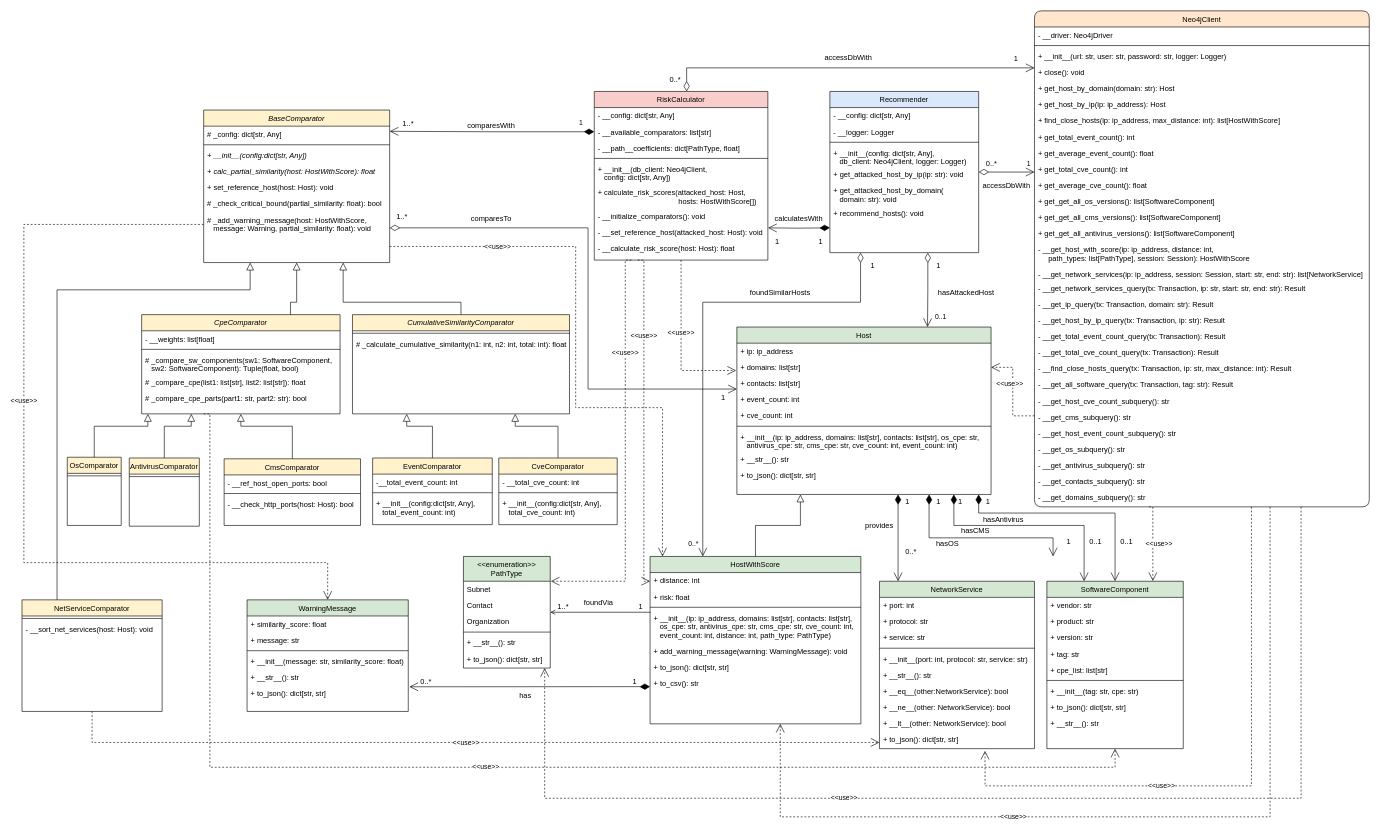
Earlier version of the draw.io diagram diagrams/classdiagram.drawio (CSIRT-MU/CRUSOE). Source tidied: cells renumbered, new cells numbered last; positions are measured from the earlier drawing's top-left corner, leaving out a move shared by most shapes. Both pictures are drawn from the tidied source at 62%, with x=0, y=0 at pixel (-1, 11).
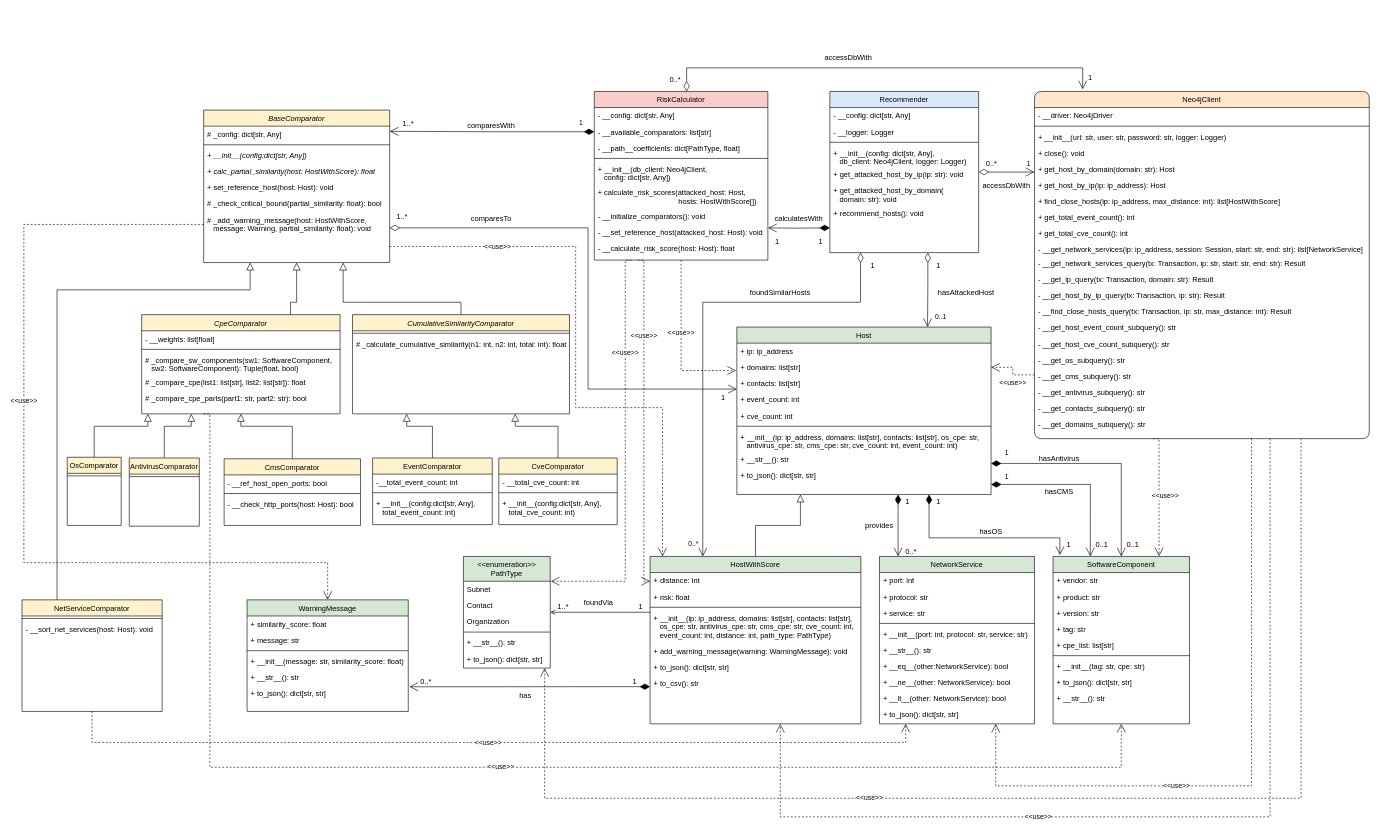
After the change.

Commit message:
Class diagram update.

Unchanged cells that the change refers to:
```xml
<mxCell id="4" value="+ domains: list[str]" style="text;align=left;verticalAlign=top;spacingLeft=4;spacingRight=4;overflow=hidden;points=[[0,0.5],[1,0.5]];portConstraint=eastwest;" parent="2" vertex="1">
  <mxGeometry y="52" width="410" height="26" as="geometry" />
</mxCell>
<mxCell id="11" value="+ to_json(): dict[str, str]" style="text;align=left;verticalAlign=top;spacingLeft=4;spacingRight=4;overflow=hidden;points=[[0,0.5],[1,0.5]];portConstraint=eastwest;rounded=0;shadow=0;html=0;" parent="2" vertex="1">
  <mxGeometry y="226" width="410" height="26" as="geometry" />
</mxCell>
<mxCell id="80" value="+ to_json(): dict[str, str]" style="text;align=left;verticalAlign=top;spacingLeft=4;spacingRight=4;overflow=hidden;points=[[0,0.5],[1,0.5]];portConstraint=eastwest;" parent="70" vertex="1">
  <mxGeometry y="242" width="250" height="26" as="geometry" />
</mxCell>
<mxCell id="129" value="NetServiceComparator" style="swimlane;fontStyle=0;align=center;verticalAlign=top;horizontal=1;startSize=26;rounded=0;shadow=0;strokeWidth=1;fillColor=#fff2cc;strokeColor=#000000;" parent="1" vertex="1">
  <mxGeometry x="37" y="950" width="226" height="180" as="geometry" />
</mxCell>
```

What changed in the source:
```diff
@@
     <mxCell id="21" value="Neo4jClient" style="swimlane;fontStyle=0;align=center;verticalAlign=top;horizontal=1;startSize=26;rounded=1;shadow=0;strokeWidth=1;fillColor=#ffe6cc;strokeColor=#000000;" parent="1" vertex="1">
-      <mxGeometry x="1670" width="540" height="800" as="geometry" />
+      <mxGeometry x="1670" y="130" width="540" height="560" as="geometry" />
     </mxCell>
@@
-    <mxCell id="30" value="+ get_average_event_count(): float" style="text;align=left;verticalAlign=top;spacingLeft=4;spacingRight=4;overflow=hidden;" parent="21" vertex="1">
-      <mxGeometry y="216" width="540" height="26" as="geometry" />
-    </mxCell>
     <mxCell id="31" value="+ get_total_cve_count(): int" style="text;align=left;verticalAlign=top;spacingLeft=4;spacingRight=4;overflow=hidden;" parent="21" vertex="1">
-      <mxGeometry y="242" width="540" height="26" as="geometry" />
+      <mxGeometry y="216" width="540" height="26" as="geometry" />
     </mxCell>
-    <mxCell id="32" value="+ get_average_cve_count(): float" style="text;align=left;verticalAlign=top;spacingLeft=4;spacingRight=4;overflow=hidden;" parent="21" vertex="1">
-      <mxGeometry y="268" width="540" height="26" as="geometry" />
-    </mxCell>
-    <mxCell id="33" value="+ get_get_all_os_versions(): list[SoftwareComponent]" style="text;align=left;verticalAlign=top;spacingLeft=4;spacingRight=4;overflow=hidden;" parent="21" vertex="1">
-      <mxGeometry y="294" width="540" height="26" as="geometry" />
-    </mxCell>
-    <mxCell id="34" value="+ get_get_all_cms_versions(): list[SoftwareComponent]" style="text;align=left;verticalAlign=top;spacingLeft=4;spacingRight=4;overflow=hidden;" parent="21" vertex="1">
-      <mxGeometry y="320" width="540" height="26" as="geometry" />
-    </mxCell>
-    <mxCell id="35" value="+ get_get_all_antivirus_versions(): list[SoftwareComponent]" style="text;align=left;verticalAlign=top;spacingLeft=4;spacingRight=4;overflow=hidden;" parent="21" vertex="1">
-      <mxGeometry y="346" width="540" height="26" as="geometry" />
-    </mxCell>
-    <mxCell id="36" value="- __get_host_with_score(ip: ip_address, distance: int, &#10;     path_types: list[PathType], session: Session): HostWithScore&#10;" style="text;align=left;verticalAlign=top;spacingLeft=4;spacingRight=4;overflow=hidden;" parent="21" vertex="1">
-      <mxGeometry y="372" width="540" height="40" as="geometry" />
-    </mxCell>
     <mxCell id="37" value="- __get_network_services(ip: ip_address, session: Session, start: str, end: str): list[NetworkService]&#10;" style="text;align=left;verticalAlign=top;spacingLeft=4;spacingRight=4;overflow=hidden;" parent="21" vertex="1">
-      <mxGeometry y="412" width="540" height="22" as="geometry" />
+      <mxGeometry y="242" width="540" height="22" as="geometry" />
     </mxCell>
     <mxCell id="38" value="- __get_network_services_query(tx: Transaction, ip: str, start: str, end: str): Result" style="text;align=left;verticalAlign=top;spacingLeft=4;spacingRight=4;overflow=hidden;" parent="21" vertex="1">
-      <mxGeometry y="434" width="540" height="26" as="geometry" />
+      <mxGeometry y="264" width="540" height="26" as="geometry" />
     </mxCell>
     <mxCell id="39" value="- __get_ip_query(tx: Transaction, domain: str): Result" style="text;align=left;verticalAlign=top;spacingLeft=4;spacingRight=4;overflow=hidden;" parent="21" vertex="1">
-      <mxGeometry y="460" width="540" height="26" as="geometry" />
+      <mxGeometry y="290" width="540" height="26" as="geometry" />
     </mxCell>
     <mxCell id="40" value="- __get_host_by_ip_query(tx: Transaction, ip: str): Result" style="text;align=left;verticalAlign=top;spacingLeft=4;spacingRight=4;overflow=hidden;" parent="21" vertex="1">
-      <mxGeometry y="486" width="540" height="26" as="geometry" />
+      <mxGeometry y="316" width="540" height="26" as="geometry" />
     </mxCell>
-    <mxCell id="41" value="- __get_total_event_count_query(tx: Transaction): Result" style="text;align=left;verticalAlign=top;spacingLeft=4;spacingRight=4;overflow=hidden;" parent="21" vertex="1">
-      <mxGeometry y="512" width="540" height="26" as="geometry" />
-    </mxCell>
-    <mxCell id="42" value="- __get_total_cve_count_query(tx: Transaction): Result" style="text;align=left;verticalAlign=top;spacingLeft=4;spacingRight=4;overflow=hidden;" parent="21" vertex="1">
-      <mxGeometry y="538" width="540" height="26" as="geometry" />
-    </mxCell>
     <mxCell id="43" value="- __find_close_hosts_query(tx: Transaction, ip: str, max_distance: int): Result " style="text;align=left;verticalAlign=top;spacingLeft=4;spacingRight=4;overflow=hidden;" parent="21" vertex="1">
-      <mxGeometry y="564" width="540" height="26" as="geometry" />
+      <mxGeometry y="342" width="540" height="26" as="geometry" />
     </mxCell>
-    <mxCell id="44" value="- __get_all_software_query(tx: Transaction, tag: str): Result " style="text;align=left;verticalAlign=top;spacingLeft=4;spacingRight=4;overflow=hidden;" parent="21" vertex="1">
-      <mxGeometry y="590" width="540" height="26" as="geometry" />
-    </mxCell>
+    <mxCell id="47" value="- __get_host_event_count_subquery(): str" style="text;align=left;verticalAlign=top;spacingLeft=4;spacingRight=4;overflow=hidden;" parent="21" vertex="1">
+      <mxGeometry y="368" width="540" height="26" as="geometry" />
+    </mxCell>
     <mxCell id="45" value="- __get_host_cve_count_subquery(): str" style="text;align=left;verticalAlign=top;spacingLeft=4;spacingRight=4;overflow=hidden;" parent="21" vertex="1">
-      <mxGeometry y="616" width="540" height="26" as="geometry" />
+      <mxGeometry y="394" width="540" height="26" as="geometry" />
     </mxCell>
+    <mxCell id="48" value="- __get_os_subquery(): str" style="text;align=left;verticalAlign=top;spacingLeft=4;spacingRight=4;overflow=hidden;" parent="21" vertex="1">
+      <mxGeometry y="420" width="540" height="26" as="geometry" />
+    </mxCell>
     <mxCell id="46" value="- __get_cms_subquery(): str" style="text;align=left;verticalAlign=top;spacingLeft=4;spacingRight=4;overflow=hidden;points=[[0,0.5],[1,0.5]];portConstraint=eastwest;" parent="21" vertex="1">
-      <mxGeometry y="642" width="540" height="26" as="geometry" />
+      <mxGeometry y="446" width="540" height="26" as="geometry" />
     </mxCell>
-    <mxCell id="47" value="- __get_host_event_count_subquery(): str" style="text;align=left;verticalAlign=top;spacingLeft=4;spacingRight=4;overflow=hidden;" parent="21" vertex="1">
-      <mxGeometry y="668" width="540" height="26" as="geometry" />
-    </mxCell>
-    <mxCell id="48" value="- __get_os_subquery(): str" style="text;align=left;verticalAlign=top;spacingLeft=4;spacingRight=4;overflow=hidden;" parent="21" vertex="1">
-      <mxGeometry y="694" width="540" height="26" as="geometry" />
-    </mxCell>
     <mxCell id="49" value="- __get_antivirus_subquery(): str" style="text;align=left;verticalAlign=top;spacingLeft=4;spacingRight=4;overflow=hidden;" parent="21" vertex="1">
-      <mxGeometry y="720" width="540" height="26" as="geometry" />
+      <mxGeometry y="472" width="540" height="26" as="geometry" />
     </mxCell>
     <mxCell id="50" value="- __get_contacts_subquery(): str" style="text;align=left;verticalAlign=top;spacingLeft=4;spacingRight=4;overflow=hidden;" parent="21" vertex="1">
-      <mxGeometry y="746" width="540" height="26" as="geometry" />
+      <mxGeometry y="498" width="540" height="26" as="geometry" />
     </mxCell>
     <mxCell id="51" value="- __get_domains_subquery(): str" style="text;align=left;verticalAlign=top;spacingLeft=4;spacingRight=4;overflow=hidden;" parent="21" vertex="1">
-      <mxGeometry y="772" width="540" height="26" as="geometry" />
+      <mxGeometry y="524" width="540" height="26" as="geometry" />
     </mxCell>
@@
     <mxCell id="60" value="SoftwareComponent" style="swimlane;fontStyle=0;align=center;verticalAlign=top;horizontal=1;startSize=26;rounded=0;shadow=0;strokeWidth=1;fillColor=#d5e8d4;strokeColor=#000000;" parent="1" vertex="1">
-      <mxGeometry x="1690" y="920" width="220" height="270" as="geometry" />
+      <mxGeometry x="1700" y="880" width="220" height="270" as="geometry" />
     </mxCell>
@@
     <mxCell id="70" value="NetworkService" style="swimlane;fontStyle=0;align=center;verticalAlign=top;horizontal=1;startSize=26;rounded=0;shadow=0;strokeWidth=1;fillColor=#d5e8d4;strokeColor=#000000;" parent="1" vertex="1">
-      <mxGeometry x="1420" y="920" width="250" height="270" as="geometry" />
+      <mxGeometry x="1420" y="880" width="250" height="270" as="geometry" />
     </mxCell>
@@
     <mxCell id="91" value="hasOS" style="text;html=1;strokeColor=none;fillColor=none;align=center;verticalAlign=middle;whiteSpace=wrap;rounded=0;" parent="1" vertex="1">
-      <mxGeometry x="1500" y="845" width="60" height="30" as="geometry" />
+      <mxGeometry x="1570" y="820" width="60" height="40" as="geometry" />
     </mxCell>
@@
     <mxCell id="135" value="hasAntivirus" style="text;html=1;strokeColor=none;fillColor=none;align=center;verticalAlign=middle;whiteSpace=wrap;rounded=0;" parent="1" vertex="1">
-      <mxGeometry x="1590" y="810" width="60" height="21.2" as="geometry" />
+      <mxGeometry x="1680" y="711.9" width="60" height="21.2" as="geometry" />
     </mxCell>
@@
     <mxCell id="145" value="1" style="align=left;verticalAlign=bottom;labelBackgroundColor=none;fontSize=12;" parent="1" vertex="1">
-      <mxGeometry x="1640" y="140" as="geometry">
+      <mxGeometry x="1760" y="170" as="geometry">
         <mxPoint x="-5" y="-54" as="offset" />
       </mxGeometry>
     </mxCell>
@@
     <mxCell id="163" style="endArrow=open;html=1;endSize=12;startArrow=diamondThin;startSize=14;startFill=1;edgeStyle=orthogonalEdgeStyle;align=left;verticalAlign=bottom;rounded=0;entryX=0.5;entryY=0;entryDx=0;entryDy=0;" parent="1" edge="1" target="60">
       <mxGeometry x="-0.95" y="5" relative="1" as="geometry">
-        <mxPoint x="1580" y="780" as="sourcePoint" />
+        <mxPoint x="1600" y="730" as="sourcePoint" />
         <Array as="points">
-          <mxPoint x="1580" y="780" />
-          <mxPoint x="1580" y="810" />
-          <mxPoint x="1800" y="810" />
+          <mxPoint x="1810" y="730" />
         </Array>
       </mxGeometry>
     </mxCell>
     <mxCell id="164" value="0..1" style="align=right;verticalAlign=bottom;labelBackgroundColor=none;fontSize=12;" parent="1" vertex="1">
-      <mxGeometry x="1830" y="865" as="geometry" />
+      <mxGeometry x="1790" y="870" as="geometry" />
     </mxCell>
-    <mxCell id="165" style="endArrow=open;html=1;endSize=12;startArrow=diamondThin;startSize=14;startFill=1;edgeStyle=orthogonalEdgeStyle;align=left;verticalAlign=bottom;rounded=0;entryX=0.273;entryY=0;entryDx=0;entryDy=0;entryPerimeter=0;" parent="1" edge="1" target="60">
+    <mxCell id="165" style="endArrow=open;html=1;endSize=12;startArrow=diamondThin;startSize=14;startFill=1;edgeStyle=orthogonalEdgeStyle;align=left;verticalAlign=bottom;rounded=0;entryX=0.273;entryY=0;entryDx=0;entryDy=0;entryPerimeter=0;exitX=1;exitY=1.071;exitDx=0;exitDy=0;exitPerimeter=0;" parent="1" edge="1" source="11" target="60">
       <mxGeometry x="-0.95" y="7" relative="1" as="geometry">
-        <mxPoint x="1540" y="780" as="sourcePoint" />
         <Array as="points">
-          <mxPoint x="1540" y="830" />
-          <mxPoint x="1750" y="830" />
+          <mxPoint x="1760" y="764" />
         </Array>
       </mxGeometry>
     </mxCell>
     <mxCell id="166" value="0..1" style="align=right;verticalAlign=bottom;labelBackgroundColor=none;fontSize=12;" parent="1" vertex="1">
-      <mxGeometry x="1780" y="865" as="geometry" />
+      <mxGeometry x="1840" y="870" as="geometry" />
     </mxCell>
-    <mxCell id="167" style="endArrow=open;html=1;endSize=12;startArrow=diamondThin;startSize=14;startFill=1;edgeStyle=orthogonalEdgeStyle;align=left;verticalAlign=bottom;rounded=0;" parent="1" edge="1">
+    <mxCell id="167" style="endArrow=open;html=1;endSize=12;startArrow=diamondThin;startSize=14;startFill=1;edgeStyle=orthogonalEdgeStyle;align=left;verticalAlign=bottom;rounded=0;entryX=0.05;entryY=-0.008;entryDx=0;entryDy=0;entryPerimeter=0;" parent="1" edge="1" target="60">
       <mxGeometry x="-0.93" y="1" relative="1" as="geometry">
         <mxPoint x="1500" y="780" as="sourcePoint" />
-        <mxPoint x="1700" y="880" as="targetPoint" />
         <Array as="points">
           <mxPoint x="1500" y="850" />
-          <mxPoint x="1700" y="850" />
+          <mxPoint x="1711" y="850" />
         </Array>
       </mxGeometry>
     </mxCell>
     <mxCell id="168" value="hasCMS" style="text;html=1;strokeColor=none;fillColor=none;align=center;verticalAlign=middle;whiteSpace=wrap;rounded=0;" parent="1" vertex="1">
-      <mxGeometry x="1545" y="828.8" width="60" height="21.2" as="geometry" />
+      <mxGeometry x="1680" y="765.6" width="60" height="21.2" as="geometry" />
     </mxCell>
     <mxCell id="169" value="1" style="align=right;verticalAlign=bottom;labelBackgroundColor=none;fontSize=12;" parent="1" vertex="1">
-      <mxGeometry x="1730" y="865" as="geometry" />
+      <mxGeometry x="1730" y="870" as="geometry" />
     </mxCell>
@@
     <mxCell id="171" value="1" style="align=left;verticalAlign=bottom;labelBackgroundColor=none;fontSize=12;" parent="1" vertex="1">
-      <mxGeometry x="1545" y="800" as="geometry" />
+      <mxGeometry x="1620" y="760" as="geometry" />
     </mxCell>
     <mxCell id="172" value="1" style="align=left;verticalAlign=bottom;labelBackgroundColor=none;fontSize=12;" parent="1" vertex="1">
-      <mxGeometry x="1590" y="800" as="geometry" />
+      <mxGeometry x="1620" y="721.2" as="geometry" />
     </mxCell>
@@
-    <mxCell id="194" style="endArrow=open;html=1;endSize=12;startArrow=diamondThin;startSize=14;startFill=0;edgeStyle=orthogonalEdgeStyle;align=left;verticalAlign=bottom;rounded=0;" parent="1" edge="1">
+    <mxCell id="194" style="endArrow=open;html=1;endSize=12;startArrow=diamondThin;startSize=14;startFill=0;edgeStyle=orthogonalEdgeStyle;align=left;verticalAlign=bottom;rounded=0;entryX=0.144;entryY=-0.006;entryDx=0;entryDy=0;entryPerimeter=0;" parent="1" edge="1" target="21">
       <mxGeometry x="0.7" y="20" relative="1" as="geometry">
         <mxPoint x="1109" y="130" as="sourcePoint" />
-        <mxPoint x="1670" y="92" as="targetPoint" />
         <Array as="points">
           <mxPoint x="1109" y="92" />
-          <mxPoint x="1670" y="92" />
+          <mxPoint x="1748" y="92" />
         </Array>
       </mxGeometry>
     </mxCell>
@@
-    <mxCell id="199" value="&amp;lt;&amp;lt;use&amp;gt;&amp;gt;" style="endArrow=open;endSize=12;dashed=1;html=1;rounded=0;edgeStyle=orthogonalEdgeStyle;exitX=0.5;exitY=1;exitDx=0;exitDy=0;entryX=0;entryY=0.692;entryDx=0;entryDy=0;entryPerimeter=0;" parent="1" edge="1" source="129" target="80">
+    <mxCell id="199" value="&amp;lt;&amp;lt;use&amp;gt;&amp;gt;" style="endArrow=open;endSize=12;dashed=1;html=1;rounded=0;edgeStyle=orthogonalEdgeStyle;exitX=0.5;exitY=1;exitDx=0;exitDy=0;entryX=0.169;entryY=1.073;entryDx=0;entryDy=0;entryPerimeter=0;" parent="1" edge="1" source="129" target="80">
       <mxGeometry x="-0.01" relative="1" as="geometry">
         <Array as="points">
           <mxPoint x="150" y="1180" />
+          <mxPoint x="1462" y="1180" />
         </Array>
       </mxGeometry>
     </mxCell>
     <mxCell id="200" value="&amp;lt;&amp;lt;use&amp;gt;&amp;gt;" style="endArrow=open;endSize=12;dashed=1;html=1;rounded=0;edgeStyle=orthogonalEdgeStyle;entryX=0.5;entryY=1;entryDx=0;entryDy=0;" parent="1" edge="1" target="60">
       <mxGeometry x="-0.01" relative="1" as="geometry">
         <mxPoint x="330" y="650" as="sourcePoint" />
         <Array as="points">
           <mxPoint x="340" y="650" />
           <mxPoint x="340" y="1220" />
-          <mxPoint x="1800" y="1220" />
+          <mxPoint x="1810" y="1220" />
         </Array>
       </mxGeometry>
     </mxCell>
@@
     <mxCell id="203" value="&amp;lt;&amp;lt;use&amp;gt;&amp;gt;" style="endArrow=open;endSize=12;dashed=1;html=1;rounded=0;edgeStyle=orthogonalEdgeStyle;exitX=0;exitY=0.431;exitDx=0;exitDy=0;exitPerimeter=0;" parent="1" edge="1" source="46" target="4">
-      <mxGeometry x="0.17" y="5" relative="1" as="geometry" />
+      <mxGeometry x="-0.15" y="13" relative="1" as="geometry">
+        <mxPoint x="13" y="13" as="offset" />
+      </mxGeometry>
     </mxCell>
-    <mxCell id="204" value="&amp;lt;&amp;lt;use&amp;gt;&amp;gt;" style="endArrow=open;endSize=12;dashed=1;html=1;rounded=0;edgeStyle=orthogonalEdgeStyle;entryX=0.681;entryY=1.21;entryDx=0;entryDy=0;entryPerimeter=0;" parent="1" edge="1" target="80">
+    <mxCell id="204" value="&amp;lt;&amp;lt;use&amp;gt;&amp;gt;" style="endArrow=open;endSize=12;dashed=1;html=1;rounded=0;edgeStyle=orthogonalEdgeStyle;entryX=0.75;entryY=1;entryDx=0;entryDy=0;" parent="1" edge="1" target="70">
       <mxGeometry x="0.27" relative="1" as="geometry">
-        <mxPoint x="2020" y="800" as="sourcePoint" />
+        <mxPoint x="2020" y="690" as="sourcePoint" />
         <Array as="points">
           <mxPoint x="2020" y="1250" />
-          <mxPoint x="1590" y="1250" />
+          <mxPoint x="1608" y="1250" />
+          <mxPoint x="1608" y="1150" />
         </Array>
       </mxGeometry>
     </mxCell>
     <mxCell id="205" value="&amp;lt;&amp;lt;use&amp;gt;&amp;gt;" style="endArrow=open;endSize=12;dashed=1;html=1;rounded=0;edgeStyle=orthogonalEdgeStyle;" parent="1" edge="1">
       <mxGeometry x="0.27" relative="1" as="geometry">
-        <mxPoint x="2050" y="800" as="sourcePoint" />
+        <mxPoint x="2050" y="690" as="sourcePoint" />
         <mxPoint x="1260" y="1150" as="targetPoint" />
         <Array as="points">
           <mxPoint x="2050" y="1300" />
           <mxPoint x="1260" y="1300" />
         </Array>
       </mxGeometry>
     </mxCell>
     <mxCell id="206" value="&amp;lt;&amp;lt;use&amp;gt;&amp;gt;" style="endArrow=open;endSize=12;dashed=1;html=1;rounded=0;edgeStyle=orthogonalEdgeStyle;" parent="1" edge="1">
       <mxGeometry x="0.27" relative="1" as="geometry">
-        <mxPoint x="2100" y="800" as="sourcePoint" />
+        <mxPoint x="2100" y="690" as="sourcePoint" />
         <mxPoint x="880" y="1060" as="targetPoint" />
         <Array as="points">
           <mxPoint x="2100" y="1270" />
           <mxPoint x="880" y="1270" />
         </Array>
       </mxGeometry>
     </mxCell>
@@
     <mxCell id="208" value="&amp;lt;&amp;lt;use&amp;gt;&amp;gt;" style="endArrow=open;endSize=12;dashed=1;html=1;rounded=0;edgeStyle=orthogonalEdgeStyle;entryX=0.777;entryY=-0.001;entryDx=0;entryDy=0;entryPerimeter=0;" parent="1" edge="1" target="60">
       <mxGeometry x="0.03" y="10" relative="1" as="geometry">
-        <mxPoint x="1855" y="800" as="sourcePoint" />
+        <mxPoint x="1861" y="690" as="sourcePoint" />
         <Array as="points">
-          <mxPoint x="1860" y="800" />
-          <mxPoint x="1860" y="920" />
+          <mxPoint x="1871" y="690" />
         </Array>
       </mxGeometry>
     </mxCell>
```
